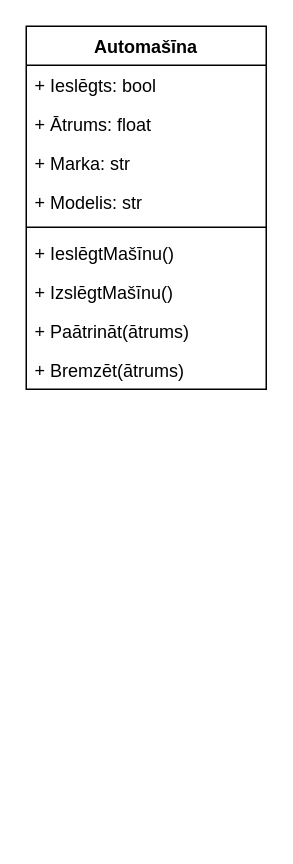
The draw.io diagram 15_nodarbiba.drawio in idmelkis/11-4-2025, before the edit. Source tidied: cells renumbered, new cells numbered last; positions are measured from the earlier drawing's top-left corner, leaving out a move shared by most shapes. Both pictures are drawn from the tidied source at 150%, with x=0, y=0 at pixel (26, 26).
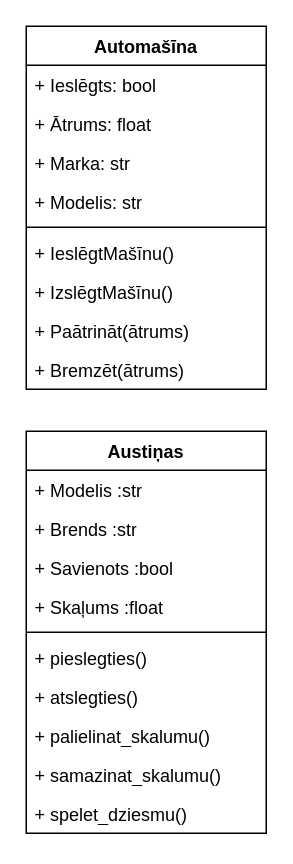
Above is the later version.

What changed in the source:
```diff
@@
+    <mxCell id="12" value="Austiņas" style="swimlane;fontStyle=1;align=center;verticalAlign=top;horizontal=1;startSize=26;whiteSpace=wrap;html=1;" parent="1" vertex="1">
+      <mxGeometry y="270" width="160" height="268" as="geometry" />
+    </mxCell>
+    <mxCell id="13" value="+ Modelis :str" style="text;strokeColor=none;fillColor=none;align=left;verticalAlign=top;spacingLeft=4;spacingRight=4;overflow=hidden;whiteSpace=wrap;html=1;" parent="12" vertex="1">
+      <mxGeometry y="26" width="160" height="26" as="geometry" />
+    </mxCell>
+    <mxCell id="14" value="+ Brends :str" style="text;strokeColor=none;fillColor=none;align=left;verticalAlign=top;spacingLeft=4;spacingRight=4;overflow=hidden;whiteSpace=wrap;html=1;" parent="12" vertex="1">
+      <mxGeometry y="52" width="160" height="26" as="geometry" />
+    </mxCell>
+    <mxCell id="15" value="+ Savienots :bool" style="text;strokeColor=none;fillColor=none;align=left;verticalAlign=top;spacingLeft=4;spacingRight=4;overflow=hidden;whiteSpace=wrap;html=1;" parent="12" vertex="1">
+      <mxGeometry y="78" width="160" height="26" as="geometry" />
+    </mxCell>
+    <mxCell id="16" value="+ Skaļums :float" style="text;strokeColor=none;fillColor=none;align=left;verticalAlign=top;spacingLeft=4;spacingRight=4;overflow=hidden;whiteSpace=wrap;html=1;" parent="12" vertex="1">
+      <mxGeometry y="104" width="160" height="26" as="geometry" />
+    </mxCell>
+    <mxCell id="17" style="line;strokeWidth=1;fillColor=none;align=left;verticalAlign=middle;spacingTop=-1;spacingLeft=3;spacingRight=3;labelPosition=right;strokeColor=inherit;" parent="12" vertex="1">
+      <mxGeometry y="130" width="160" height="8" as="geometry" />
+    </mxCell>
+    <mxCell id="18" value="+ pieslegties()" style="text;strokeColor=none;fillColor=none;align=left;verticalAlign=top;spacingLeft=4;spacingRight=4;overflow=hidden;whiteSpace=wrap;html=1;" parent="12" vertex="1">
+      <mxGeometry y="138" width="160" height="26" as="geometry" />
+    </mxCell>
+    <mxCell id="19" value="+ atslegties()" style="text;strokeColor=none;fillColor=none;align=left;verticalAlign=top;spacingLeft=4;spacingRight=4;overflow=hidden;whiteSpace=wrap;html=1;" parent="12" vertex="1">
+      <mxGeometry y="164" width="160" height="26" as="geometry" />
+    </mxCell>
+    <mxCell id="20" value="+ palielinat_skalumu()" style="text;strokeColor=none;fillColor=none;align=left;verticalAlign=top;spacingLeft=4;spacingRight=4;overflow=hidden;whiteSpace=wrap;html=1;" parent="12" vertex="1">
+      <mxGeometry y="190" width="160" height="26" as="geometry" />
+    </mxCell>
+    <mxCell id="21" value="+ samazinat_skalumu()" style="text;strokeColor=none;fillColor=none;align=left;verticalAlign=top;spacingLeft=4;spacingRight=4;overflow=hidden;whiteSpace=wrap;html=1;" parent="12" vertex="1">
+      <mxGeometry y="216" width="160" height="26" as="geometry" />
+    </mxCell>
+    <mxCell id="22" value="+ spelet_dziesmu()" style="text;strokeColor=none;fillColor=none;align=left;verticalAlign=top;spacingLeft=4;spacingRight=4;overflow=hidden;whiteSpace=wrap;html=1;" parent="12" vertex="1">
+      <mxGeometry y="242" width="160" height="26" as="geometry" />
+    </mxCell>
```
